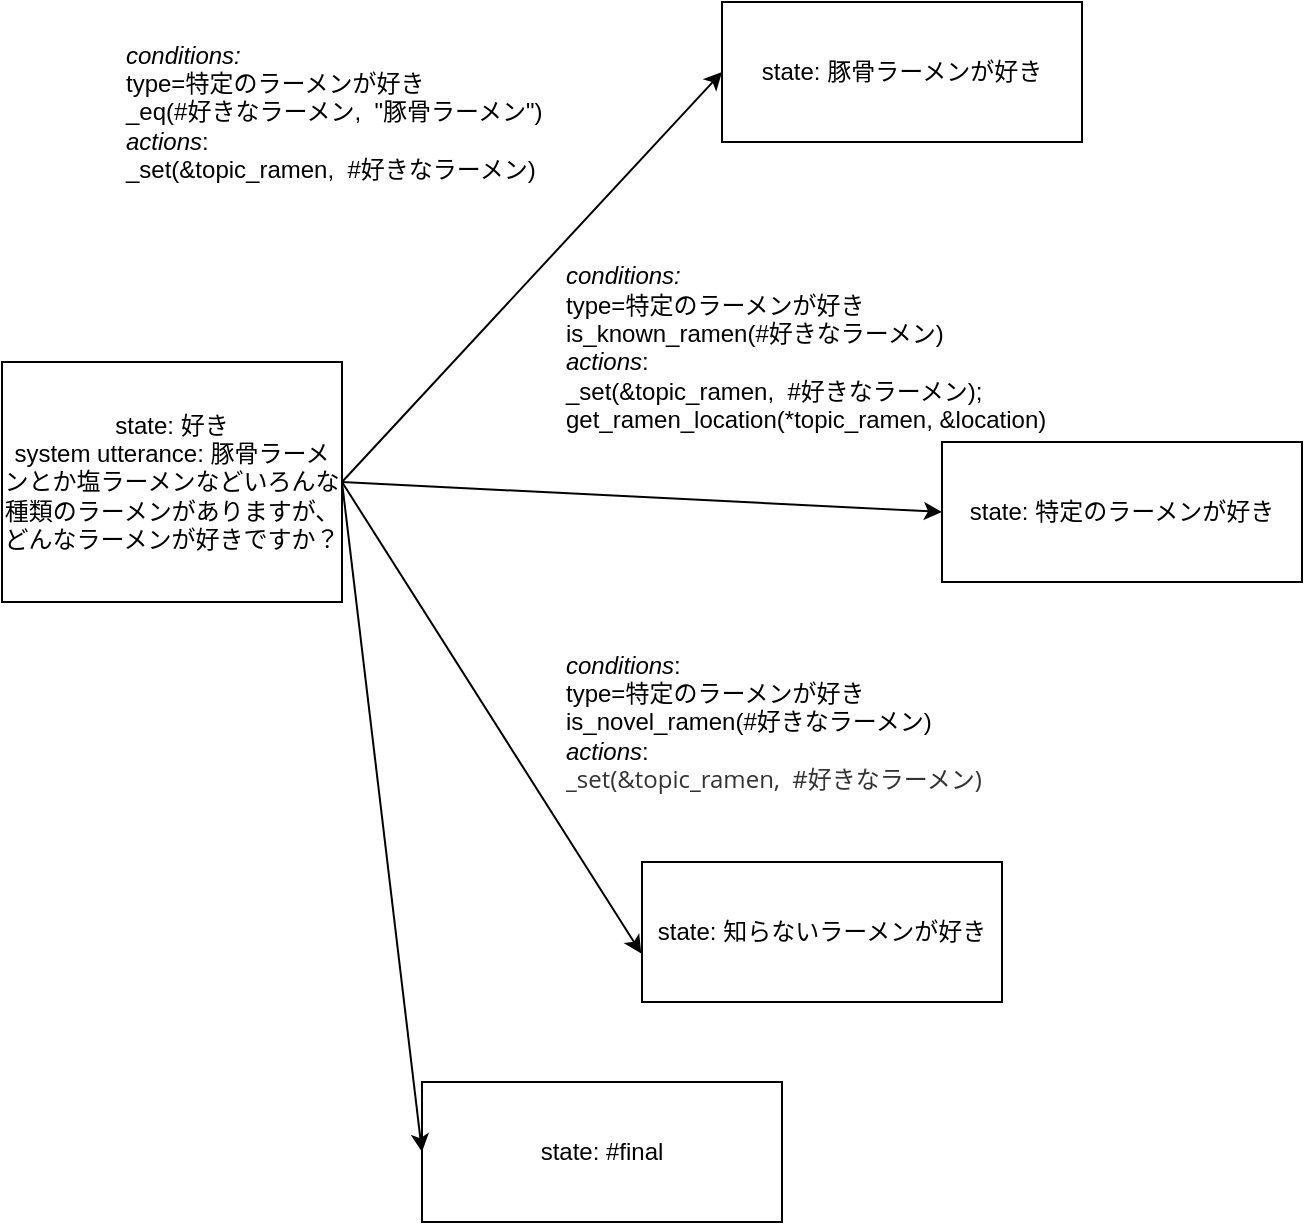
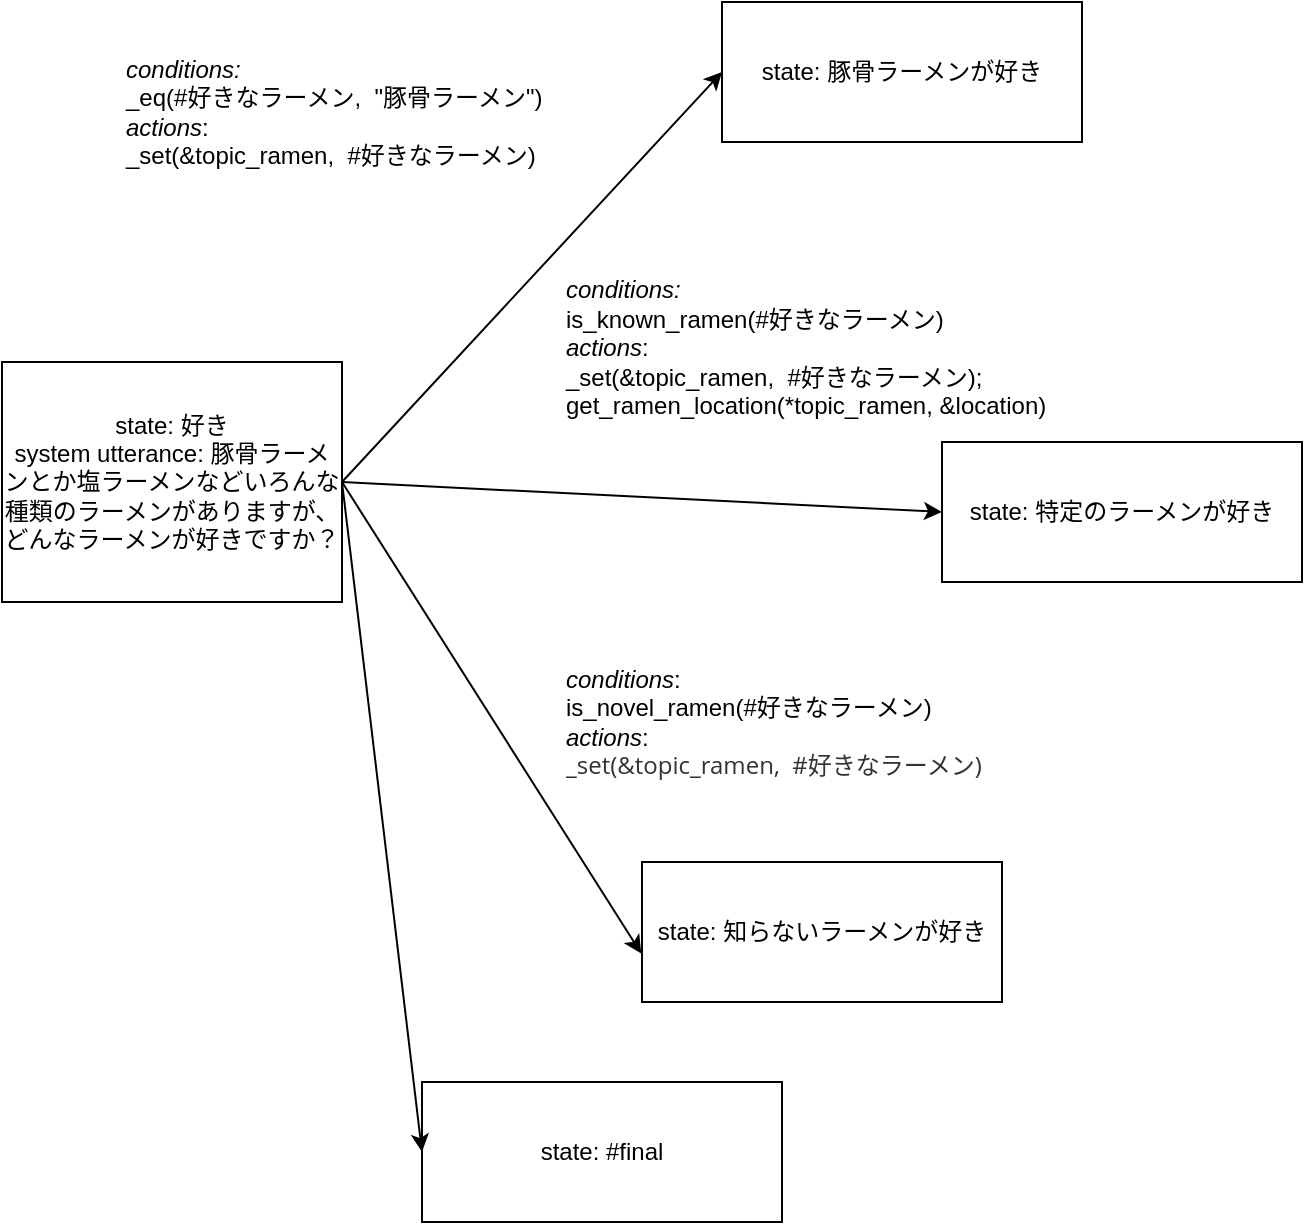
- <mxfile host="Electron" modified="2024-10-16T05:35:59.176Z" agent="Mozilla/5.0 (Windows NT 10.0; Win64; x64) AppleWebKit/537.36 (KHTML, like Gecko) draw.io/24.5.3 Chrome/124.0.6367.207 Electron/30.0.6 Safari/537.36" etag="G3GR2ewNYWFd5VQ5FNeK" version="24.5.3" type="device">
+ <mxfile host="Electron" agent="Mozilla/5.0 (Windows NT 10.0; Win64; x64) AppleWebKit/537.36 (KHTML, like Gecko) draw.io/26.1.1 Chrome/132.0.6834.210 Electron/34.3.3 Safari/537.36" version="26.1.1">
  <diagram name="ページ1" id="UTu1TZvdBzEs2BnWj2Kf">
-     <mxGraphModel dx="2947" dy="762" grid="1" gridSize="10" guides="1" tooltips="1" connect="1" arrows="1" fold="1" page="1" pageScale="1" pageWidth="827" pageHeight="1169" math="0" shadow="0">
+     <mxGraphModel dx="2502" dy="596" grid="1" gridSize="10" guides="1" tooltips="1" connect="1" arrows="1" fold="1" page="1" pageScale="1" pageWidth="827" pageHeight="1169" math="0" shadow="0">
      <root>
        <mxCell id="0" />
        <mxCell id="1" parent="0" />
-         <mxCell id="NWSBmNuGx8_1oZ4nkqe4-1" value="state: 好き&lt;div&gt;system utterance:&amp;nbsp;豚骨ラーメンとか塩ラーメンなどいろんな種類のラーメンがありますが、どんなラーメンが好きですか？&lt;/div&gt;" style="rounded=0;whiteSpace=wrap;html=1;" vertex="1" parent="1">
+         <mxCell id="NWSBmNuGx8_1oZ4nkqe4-1" value="state: 好き&lt;div&gt;system utterance:&amp;nbsp;豚骨ラーメンとか塩ラーメンなどいろんな種類のラーメンがありますが、どんなラーメンが好きですか？&lt;/div&gt;" style="rounded=0;whiteSpace=wrap;html=1;" parent="1" vertex="1">
          <mxGeometry x="-1550" y="510" width="170" height="120" as="geometry" />
        </mxCell>
-         <mxCell id="NWSBmNuGx8_1oZ4nkqe4-2" value="" style="endArrow=classic;html=1;rounded=0;exitX=1;exitY=0.5;exitDx=0;exitDy=0;entryX=0;entryY=0.5;entryDx=0;entryDy=0;" edge="1" parent="1" source="NWSBmNuGx8_1oZ4nkqe4-1" target="NWSBmNuGx8_1oZ4nkqe4-3">
+         <mxCell id="NWSBmNuGx8_1oZ4nkqe4-2" value="" style="endArrow=classic;html=1;rounded=0;exitX=1;exitY=0.5;exitDx=0;exitDy=0;entryX=0;entryY=0.5;entryDx=0;entryDy=0;" parent="1" source="NWSBmNuGx8_1oZ4nkqe4-1" target="NWSBmNuGx8_1oZ4nkqe4-3" edge="1">
          <mxGeometry width="50" height="50" relative="1" as="geometry">
            <mxPoint x="-1310" y="720" as="sourcePoint" />
            <mxPoint x="-1170" y="480" as="targetPoint" />
          </mxGeometry>
        </mxCell>
-         <mxCell id="NWSBmNuGx8_1oZ4nkqe4-3" value="state: 豚骨ラーメンが好き" style="rounded=0;whiteSpace=wrap;html=1;" vertex="1" parent="1">
+         <mxCell id="NWSBmNuGx8_1oZ4nkqe4-3" value="state: 豚骨ラーメンが好き" style="rounded=0;whiteSpace=wrap;html=1;" parent="1" vertex="1">
          <mxGeometry x="-1190" y="330" width="180" height="70" as="geometry" />
        </mxCell>
-         <mxCell id="NWSBmNuGx8_1oZ4nkqe4-4" value="" style="endArrow=classic;html=1;rounded=0;exitX=1;exitY=0.5;exitDx=0;exitDy=0;entryX=0;entryY=0.5;entryDx=0;entryDy=0;" edge="1" parent="1" source="NWSBmNuGx8_1oZ4nkqe4-1" target="NWSBmNuGx8_1oZ4nkqe4-6">
+         <mxCell id="NWSBmNuGx8_1oZ4nkqe4-4" value="" style="endArrow=classic;html=1;rounded=0;exitX=1;exitY=0.5;exitDx=0;exitDy=0;entryX=0;entryY=0.5;entryDx=0;entryDy=0;" parent="1" source="NWSBmNuGx8_1oZ4nkqe4-1" target="NWSBmNuGx8_1oZ4nkqe4-6" edge="1">
          <mxGeometry width="50" height="50" relative="1" as="geometry">
            <mxPoint x="-1370" y="580" as="sourcePoint" />
            <mxPoint x="-1090" y="465" as="targetPoint" />
          </mxGeometry>
        </mxCell>
-         <mxCell id="NWSBmNuGx8_1oZ4nkqe4-6" value="state: 特定のラーメンが好き" style="rounded=0;whiteSpace=wrap;html=1;" vertex="1" parent="1">
+         <mxCell id="NWSBmNuGx8_1oZ4nkqe4-6" value="state: 特定のラーメンが好き" style="rounded=0;whiteSpace=wrap;html=1;" parent="1" vertex="1">
          <mxGeometry x="-1080" y="550" width="180" height="70" as="geometry" />
        </mxCell>
-         <mxCell id="NWSBmNuGx8_1oZ4nkqe4-7" value="state: 知らないラーメンが好き" style="rounded=0;whiteSpace=wrap;html=1;" vertex="1" parent="1">
+         <mxCell id="NWSBmNuGx8_1oZ4nkqe4-7" value="state: 知らないラーメンが好き" style="rounded=0;whiteSpace=wrap;html=1;" parent="1" vertex="1">
          <mxGeometry x="-1230" y="760" width="180" height="70" as="geometry" />
        </mxCell>
-         <mxCell id="NWSBmNuGx8_1oZ4nkqe4-8" value="state: #final" style="rounded=0;whiteSpace=wrap;html=1;" vertex="1" parent="1">
+         <mxCell id="NWSBmNuGx8_1oZ4nkqe4-8" value="state: #final" style="rounded=0;whiteSpace=wrap;html=1;" parent="1" vertex="1">
          <mxGeometry x="-1340" y="870" width="180" height="70" as="geometry" />
        </mxCell>
-         <mxCell id="NWSBmNuGx8_1oZ4nkqe4-9" value="" style="endArrow=classic;html=1;rounded=0;entryX=-0.002;entryY=0.654;entryDx=0;entryDy=0;entryPerimeter=0;" edge="1" parent="1" target="NWSBmNuGx8_1oZ4nkqe4-7">
+         <mxCell id="NWSBmNuGx8_1oZ4nkqe4-9" value="" style="endArrow=classic;html=1;rounded=0;entryX=-0.002;entryY=0.654;entryDx=0;entryDy=0;entryPerimeter=0;" parent="1" target="NWSBmNuGx8_1oZ4nkqe4-7" edge="1">
          <mxGeometry width="50" height="50" relative="1" as="geometry">
            <mxPoint x="-1380" y="570" as="sourcePoint" />
            <mxPoint x="-1070" y="595" as="targetPoint" />
          </mxGeometry>
        </mxCell>
-         <mxCell id="NWSBmNuGx8_1oZ4nkqe4-10" value="" style="endArrow=classic;html=1;rounded=0;entryX=0;entryY=0.5;entryDx=0;entryDy=0;exitX=1;exitY=0.5;exitDx=0;exitDy=0;" edge="1" parent="1" source="NWSBmNuGx8_1oZ4nkqe4-1" target="NWSBmNuGx8_1oZ4nkqe4-8">
+         <mxCell id="NWSBmNuGx8_1oZ4nkqe4-10" value="" style="endArrow=classic;html=1;rounded=0;entryX=0;entryY=0.5;entryDx=0;entryDy=0;exitX=1;exitY=0.5;exitDx=0;exitDy=0;" parent="1" source="NWSBmNuGx8_1oZ4nkqe4-1" target="NWSBmNuGx8_1oZ4nkqe4-8" edge="1">
          <mxGeometry width="50" height="50" relative="1" as="geometry">
            <mxPoint x="-1370" y="580" as="sourcePoint" />
            <mxPoint x="-1070" y="736" as="targetPoint" />
          </mxGeometry>
        </mxCell>
-         <mxCell id="NWSBmNuGx8_1oZ4nkqe4-11" value="&lt;i&gt;conditions:&lt;/i&gt;&lt;div&gt;type=特定のラーメンが好き&lt;br&gt;_eq(#好きなラーメン,&amp;nbsp; &quot;豚骨ラーメン&quot;)&lt;/div&gt;&lt;div&gt;&lt;i&gt;actions&lt;/i&gt;:&amp;nbsp;&lt;br&gt;_set(&amp;amp;topic_ramen,&amp;nbsp; #好きなラーメン)&lt;br&gt;&lt;/div&gt;" style="text;html=1;align=left;verticalAlign=middle;whiteSpace=wrap;rounded=0;" vertex="1" parent="1">
+         <mxCell id="NWSBmNuGx8_1oZ4nkqe4-11" value="&lt;i&gt;conditions:&lt;/i&gt;&lt;div&gt;_eq(#好きなラーメン,&amp;nbsp; &quot;豚骨ラーメン&quot;)&lt;/div&gt;&lt;div&gt;&lt;i&gt;actions&lt;/i&gt;:&amp;nbsp;&lt;br&gt;_set(&amp;amp;topic_ramen,&amp;nbsp; #好きなラーメン)&lt;br&gt;&lt;/div&gt;" style="text;html=1;align=left;verticalAlign=middle;whiteSpace=wrap;rounded=0;" parent="1" vertex="1">
          <mxGeometry x="-1490" y="350" width="250" height="70" as="geometry" />
        </mxCell>
-         <mxCell id="NWSBmNuGx8_1oZ4nkqe4-12" value="&lt;i&gt;conditions:&lt;/i&gt;&lt;div&gt;type=特定のラーメンが好き&lt;br&gt;is_known_ramen(#好きなラーメン)&lt;br&gt;&lt;i&gt;actions&lt;/i&gt;:&amp;nbsp;&lt;/div&gt;&lt;div&gt;_set(&amp;amp;topic_ramen,&amp;nbsp; #好きなラーメン); get_ramen_location(*topic_ramen, &amp;amp;location)&lt;br&gt;&lt;/div&gt;&lt;div&gt;&lt;br&gt;&lt;/div&gt;" style="text;html=1;align=left;verticalAlign=middle;whiteSpace=wrap;rounded=0;" vertex="1" parent="1">
+         <mxCell id="NWSBmNuGx8_1oZ4nkqe4-12" value="&lt;i&gt;conditions:&lt;/i&gt;&lt;div&gt;is_known_ramen(#好きなラーメン)&lt;br&gt;&lt;i&gt;actions&lt;/i&gt;:&amp;nbsp;&lt;/div&gt;&lt;div&gt;_set(&amp;amp;topic_ramen,&amp;nbsp; #好きなラーメン); get_ramen_location(*topic_ramen, &amp;amp;location)&lt;br&gt;&lt;/div&gt;&lt;div&gt;&lt;br&gt;&lt;/div&gt;" style="text;html=1;align=left;verticalAlign=middle;whiteSpace=wrap;rounded=0;" parent="1" vertex="1">
          <mxGeometry x="-1270" y="480" width="290" height="60" as="geometry" />
        </mxCell>
-         <mxCell id="NWSBmNuGx8_1oZ4nkqe4-13" value="&lt;i&gt;conditions&lt;/i&gt;:&lt;div&gt;type=特定のラーメンが好き&lt;br&gt;is_novel_ramen(#好きなラーメン)&lt;/div&gt;&lt;div&gt;&lt;i&gt;actions&lt;/i&gt;:&amp;nbsp;&lt;/div&gt;&lt;div&gt;&lt;span style=&quot;color: rgb(51, 51, 51); font-family: &amp;quot;Open Sans&amp;quot;, &amp;quot;Clear Sans&amp;quot;, &amp;quot;Helvetica Neue&amp;quot;, Helvetica, Arial, &amp;quot;Segoe UI Emoji&amp;quot;, sans-serif; white-space-collapse: preserve; background-color: rgb(255, 255, 255);&quot;&gt;&lt;font style=&quot;font-size: 12px;&quot;&gt;_set(&amp;amp;topic_ramen,  #好きなラーメン)&lt;/font&gt;&lt;/span&gt;&lt;br&gt;&lt;/div&gt;" style="text;html=1;align=left;verticalAlign=middle;whiteSpace=wrap;rounded=0;" vertex="1" parent="1">
+         <mxCell id="NWSBmNuGx8_1oZ4nkqe4-13" value="&lt;i&gt;conditions&lt;/i&gt;:&lt;div&gt;is_novel_ramen(#好きなラーメン)&lt;/div&gt;&lt;div&gt;&lt;i&gt;actions&lt;/i&gt;:&amp;nbsp;&lt;/div&gt;&lt;div&gt;&lt;span style=&quot;color: rgb(51, 51, 51); font-family: &amp;quot;Open Sans&amp;quot;, &amp;quot;Clear Sans&amp;quot;, &amp;quot;Helvetica Neue&amp;quot;, Helvetica, Arial, &amp;quot;Segoe UI Emoji&amp;quot;, sans-serif; white-space-collapse: preserve; background-color: rgb(255, 255, 255);&quot;&gt;&lt;font style=&quot;font-size: 12px;&quot;&gt;_set(&amp;amp;topic_ramen,  #好きなラーメン)&lt;/font&gt;&lt;/span&gt;&lt;br&gt;&lt;/div&gt;" style="text;html=1;align=left;verticalAlign=middle;whiteSpace=wrap;rounded=0;" parent="1" vertex="1">
          <mxGeometry x="-1270" y="660" width="290" height="60" as="geometry" />
        </mxCell>
      </root>
    </mxGraphModel>
  </diagram>
</mxfile>
